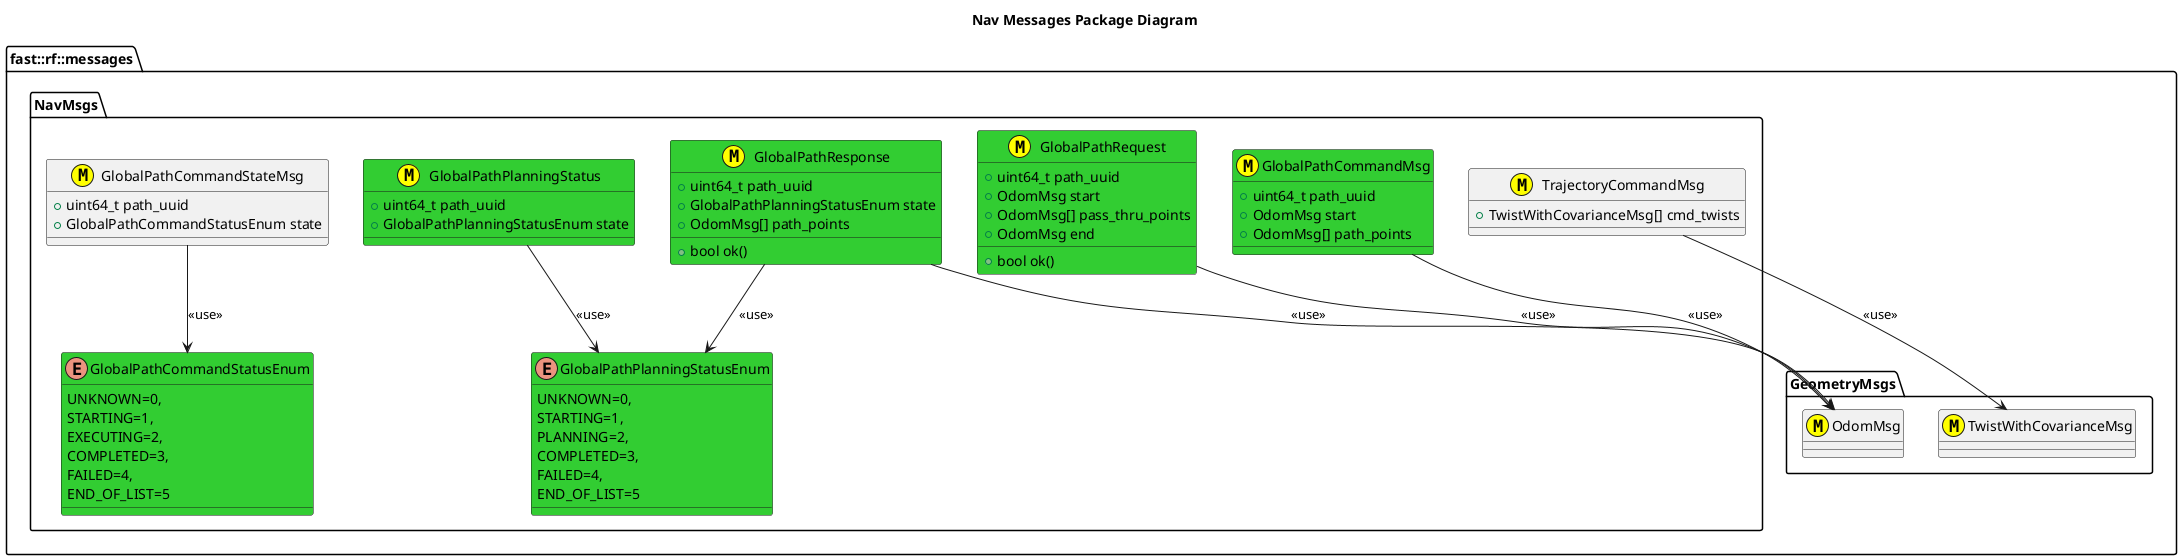
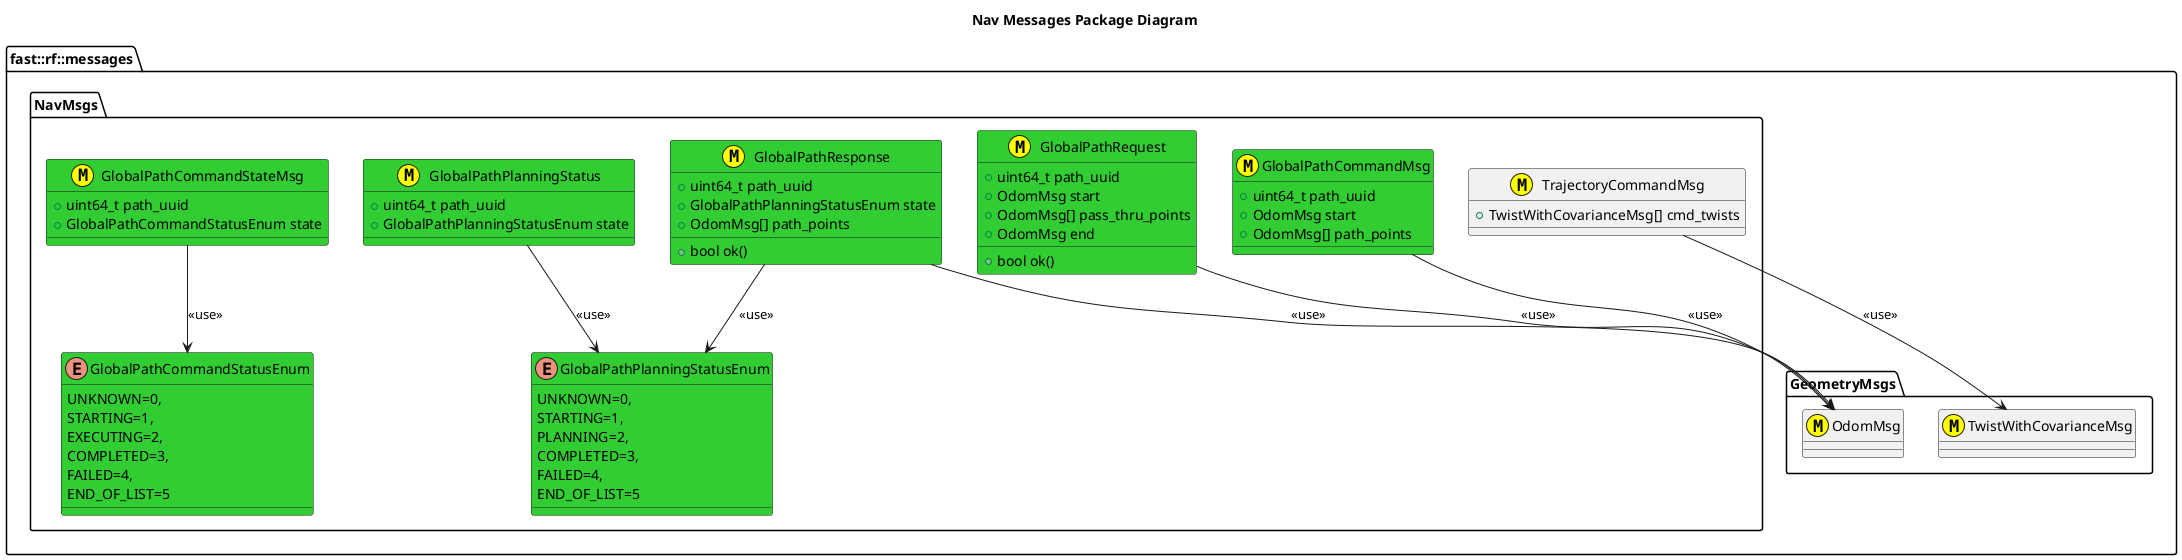
@startuml
title Nav Messages Package Diagram

namespace fast::rf::messages {
  namespace GeometryMsgs {
    class OdomMsg <<(M,#FFFF00)>>
    class TwistWithCovarianceMsg <<(M,#FFFF00)>>
  }
  namespace NavMsgs  {
    class GlobalPathRequest <<(M,#FFFF00)>> #LimeGreen {
      +uint64_t path_uuid
      +OdomMsg start
      +OdomMsg[] pass_thru_points
      +OdomMsg end
      +bool ok()

    }
    enum GlobalPathPlanningStatusEnum #LimeGreen
    {
      UNKNOWN=0,
      STARTING=1,
      PLANNING=2,
      COMPLETED=3,
      FAILED=4,
      END_OF_LIST=5

    }
    GlobalPathRequest --> OdomMsg: <<use>>
    class GlobalPathResponse <<(M,#FFFF00)>> #LimeGreen {
      +uint64_t path_uuid
      +GlobalPathPlanningStatusEnum state
      +OdomMsg[] path_points
      +bool ok()
    }
    GlobalPathResponse --> OdomMsg: <<use>>
    GlobalPathResponse --> GlobalPathPlanningStatusEnum: <<use>>
    class GlobalPathPlanningStatus <<(M,#FFFF00)>> #LimeGreen {
      +uint64_t path_uuid
      +GlobalPathPlanningStatusEnum state
    }
    GlobalPathPlanningStatus --> GlobalPathPlanningStatusEnum: <<use>>

    class GlobalPathCommandMsg <<(M,#FFFF00)>> #LimeGreen {
      +uint64_t path_uuid
      +OdomMsg start
      +OdomMsg[] path_points
    }
    GlobalPathCommandMsg --> OdomMsg: <<use>>
    enum GlobalPathCommandStatusEnum #LimeGreen {
      UNKNOWN=0,
      STARTING=1,
      EXECUTING=2,
      COMPLETED=3,
      FAILED=4,
      END_OF_LIST=5

    }
-     class GlobalPathCommandStateMsg <<(M,#FFFF00)>> {
+     class GlobalPathCommandStateMsg <<(M,#FFFF00)>> #LimeGreen {
      +uint64_t path_uuid
      +GlobalPathCommandStatusEnum state
    }
    GlobalPathCommandStateMsg --> GlobalPathCommandStatusEnum: <<use>>
    class TrajectoryCommandMsg <<(M,#FFFF00)>> {
      +TwistWithCovarianceMsg[] cmd_twists
    }
    TrajectoryCommandMsg --> TwistWithCovarianceMsg: <<use>>

  }
}
@enduml